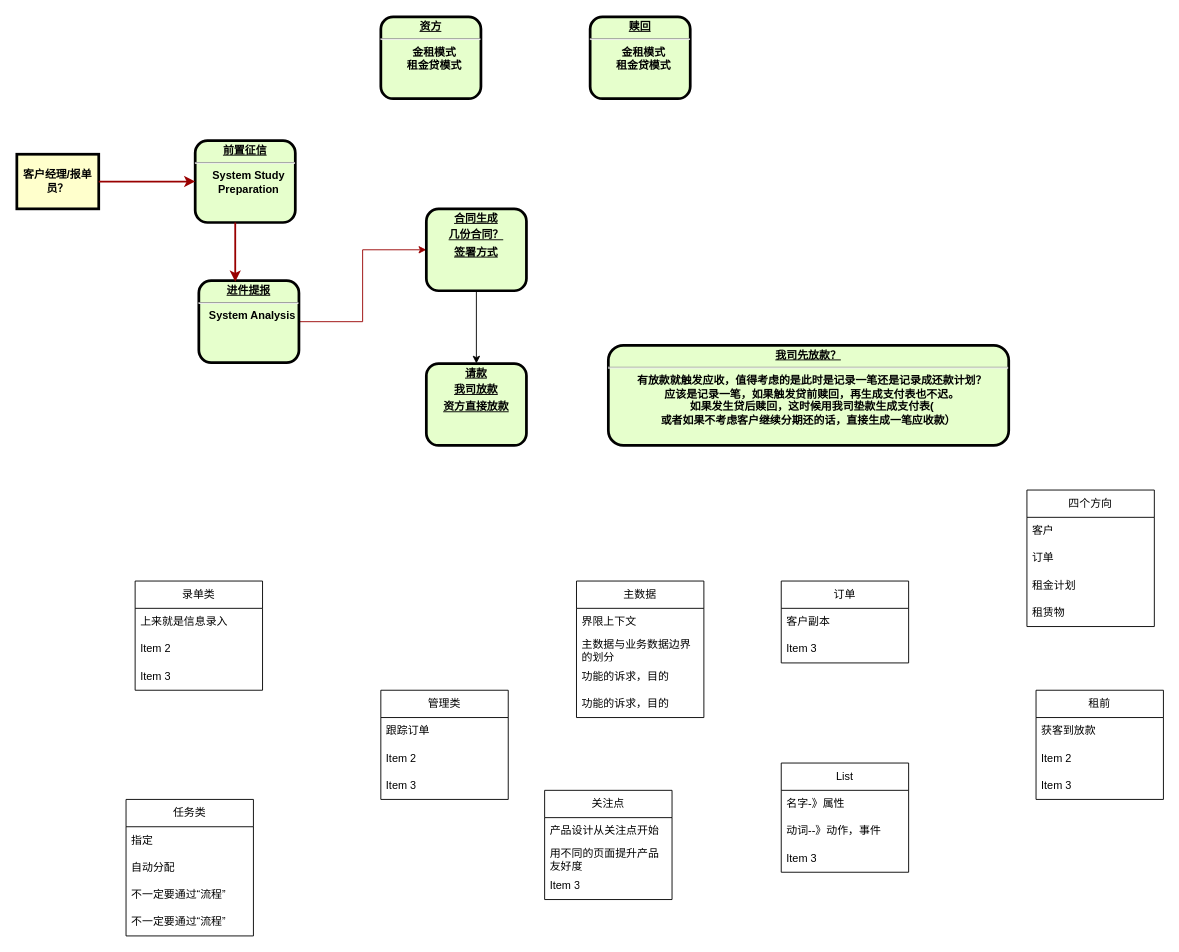
The draw.io diagram QJ主营业务流程.drawio in XiongZen/QJReconstitution, before the edit. Source tidied: cells renumbered, new cells numbered last; positions are measured from the earlier drawing's top-left corner, leaving out a move shared by most shapes. Both pictures are drawn from the tidied source at 91%, with x=0, y=0 at pixel (16, 16).
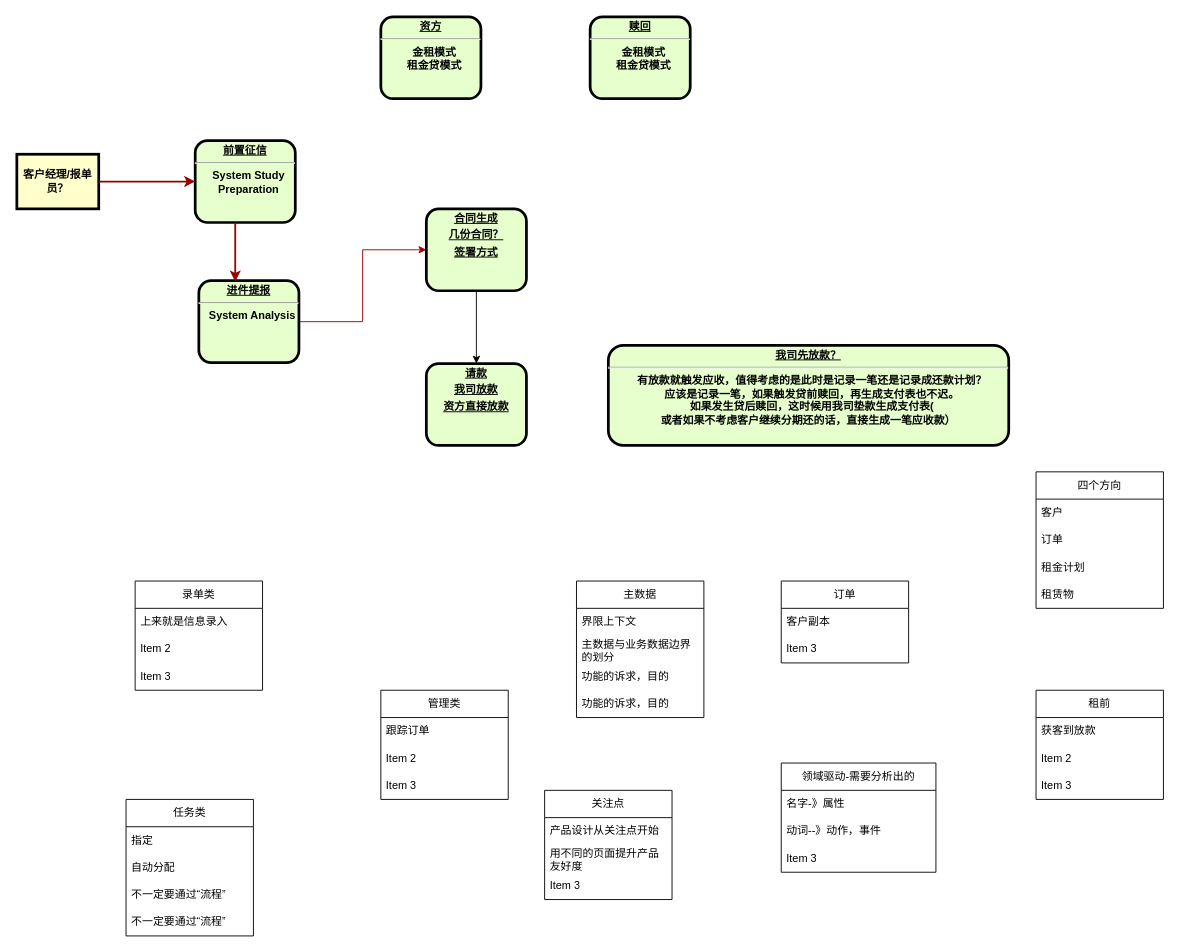
The same diagram, later.

Commit message:
主营业务流程

Diff of the diagram source:
```diff
@@
-    <mxCell id="39" value="List" style="swimlane;fontStyle=0;horizontal=1;startSize=30;whiteSpace=wrap;html=1;" parent="1" vertex="1">
-      <mxGeometry x="840" y="820" width="140" height="120" as="geometry" />
+    <mxCell id="39" value="领域驱动-需要分析出的" style="swimlane;fontStyle=0;horizontal=1;startSize=30;whiteSpace=wrap;html=1;" parent="1" vertex="1">
+      <mxGeometry x="840" y="820" width="170" height="120" as="geometry" />
     </mxCell>
     <mxCell id="40" value="名字-》属性" style="text;strokeColor=none;fillColor=none;align=left;verticalAlign=middle;spacingLeft=4;spacingRight=4;overflow=hidden;whiteSpace=wrap;html=1;" parent="39" vertex="1">
-      <mxGeometry y="30" width="140" height="30" as="geometry" />
+      <mxGeometry y="30" width="170" height="30" as="geometry" />
     </mxCell>
     <mxCell id="41" value="动词--》动作，事件" style="text;strokeColor=none;fillColor=none;align=left;verticalAlign=middle;spacingLeft=4;spacingRight=4;overflow=hidden;whiteSpace=wrap;html=1;" parent="39" vertex="1">
-      <mxGeometry y="60" width="140" height="30" as="geometry" />
+      <mxGeometry y="60" width="170" height="30" as="geometry" />
     </mxCell>
     <mxCell id="42" value="Item 3" style="text;strokeColor=none;fillColor=none;align=left;verticalAlign=middle;spacingLeft=4;spacingRight=4;overflow=hidden;whiteSpace=wrap;html=1;" parent="39" vertex="1">
-      <mxGeometry y="90" width="140" height="30" as="geometry" />
+      <mxGeometry y="90" width="170" height="30" as="geometry" />
     </mxCell>
     <mxCell id="43" value="四个方向" style="swimlane;fontStyle=0;horizontal=1;startSize=30;whiteSpace=wrap;html=1;" parent="1" vertex="1">
-      <mxGeometry x="1110" y="520" width="140" height="150" as="geometry" />
+      <mxGeometry x="1120" y="500" width="140" height="150" as="geometry" />
     </mxCell>
```
